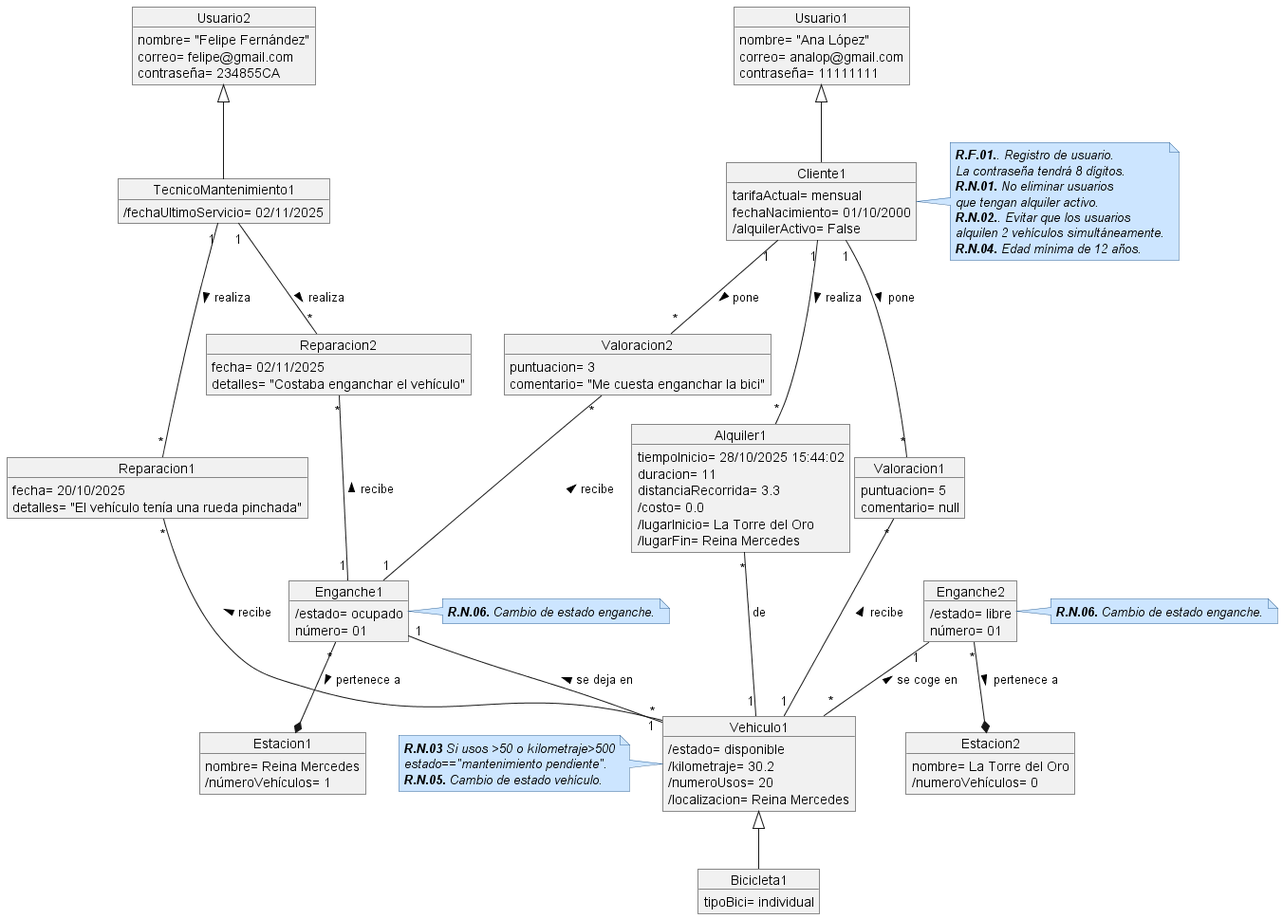
This is modelos_conceptuales/DiagramaClases.png from VVF2245/EasyVPM-Database, a PlantUML export, as it was before one commit.
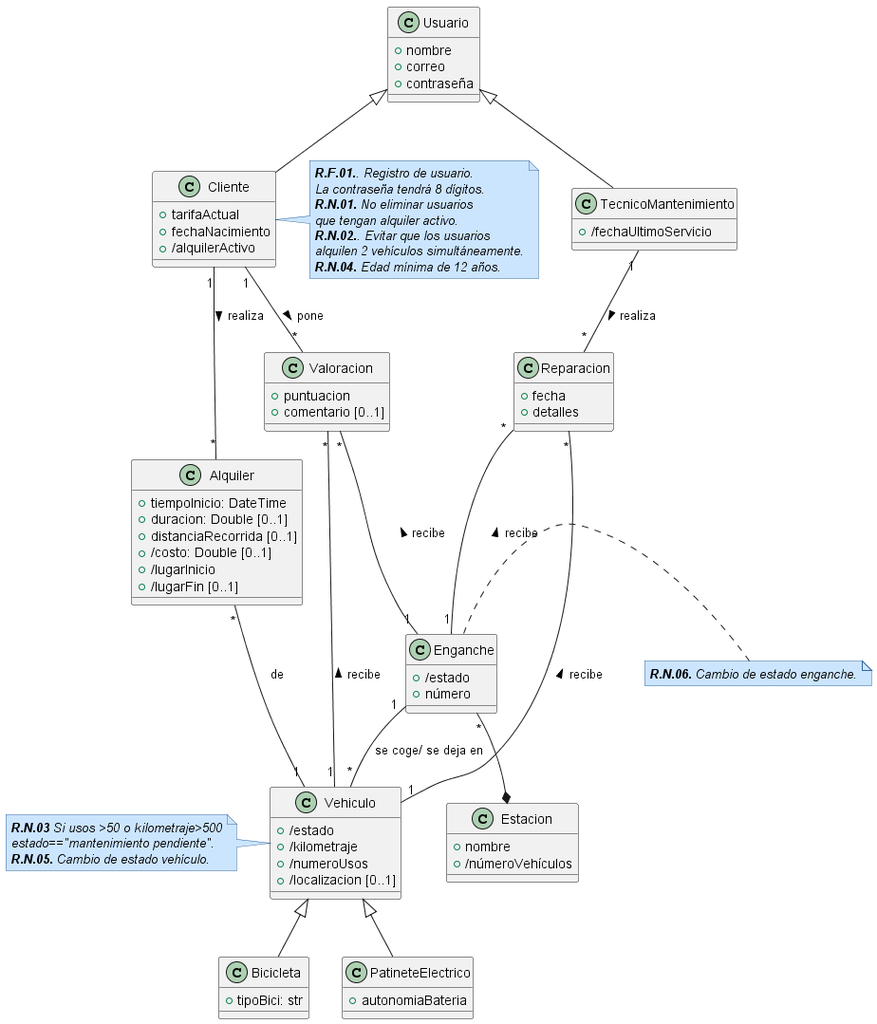
Above is the later version.

Diff of the diagram source:
```diff
@@ -6,22 +6,16 @@
   FontStyle italic
 }
 
-object Usuario1 {
-    nombre= "Ana López"
-    correo= analop@gmail.com
-    contraseña= 11111111
+class Usuario {
+    +nombre
+    +correo
+    +contraseña
 }
 
-object Usuario2 {
-    nombre= "Felipe Fernández"
-    correo= felipe@gmail.com
-    contraseña= 234855CA
-}
-
-object Cliente1 {
-    tarifaActual= mensual
-    fechaNacimiento= 01/10/2000
-    /alquilerActivo= False
+class Cliente {
+    +tarifaActual
+    +fechaNacimiento
+    +/alquilerActivo
 }
 note right
  **R.F.01.**. Registro de usuario.
@@ -34,44 +28,34 @@
 end note
 
 
-object TecnicoMantenimiento1 {
-    /fechaUltimoServicio= 02/11/2025
+class TecnicoMantenimiento {
+    +/fechaUltimoServicio
 }
 
-object Reparacion1 {
-    fecha= 20/10/2025
-    detalles= "El vehículo tenía una rueda pinchada"
+class Reparacion {
+    +fecha
+    +detalles
 }
 
-object Reparacion2 {
-    fecha= 02/11/2025
-    detalles= "Costaba enganchar el vehículo"
+class Valoracion {
+    +puntuacion
+    +comentario [0..1]
 }
 
-object Valoracion1 {
-    puntuacion= 5
-    comentario= null
+class Alquiler {
+    +tiempoInicio: DateTime
+    +duracion: Double [0..1]
+    +distanciaRecorrida [0..1]
+    +/costo: Double [0..1]
+    +/lugarInicio
+    +/lugarFin [0..1]
 }
 
-object Valoracion2 {
-    puntuacion= 3
-    comentario= "Me cuesta enganchar la bici"
-}
-
-object Alquiler1 {
-    tiempoInicio= 28/10/2025 15:44:02
-    duracion= 11
-    distanciaRecorrida= 3.3
-    /costo= 0.0
-    /lugarInicio= La Torre del Oro
-    /lugarFin= Reina Mercedes
-}
-
-object Vehiculo1 {
-    /estado= disponible
-    /kilometraje= 30.2
-    /numeroUsos= 20
-    /localizacion= Reina Mercedes
+class Vehiculo {
+    +/estado
+    +/kilometraje
+    +/numeroUsos
+    +/localizacion [0..1]
 }
 note left
  **R.N.03** Si usos >50 o kilometraje>500
@@ -79,63 +63,49 @@
  **R.N.05.** Cambio de estado vehículo.
 end note
 
-object Estacion1 {
-    nombre= Reina Mercedes
-    /númeroVehículos= 1
+class Estacion {
+    +nombre
+    +/númeroVehículos
 }
 
-object Estacion2 {
-    nombre= La Torre del Oro
-    /numeroVehículos= 0
-}
-
-object Enganche1 {
-    /estado= ocupado
-    número= 01
+class Enganche {
+    +/estado
+    +número
 }
 note right
  **R.N.06.** Cambio de estado enganche.
 end note
 
-object Enganche2 {
-    /estado= libre
-    número= 01
-}
-note right
- **R.N.06.** Cambio de estado enganche.
-end note
-
-object Bicicleta1 {
-    tipoBici= individual
+class Bicicleta {
+    +tipoBici: str
 }
 
+class PatineteElectrico {
+    +autonomiaBateria
+}
 
-Usuario1 <|-- Cliente1
-Usuario2 <|-- TecnicoMantenimiento1
+Usuario <|-- Cliente
+Usuario <|-- TecnicoMantenimiento
 
-Enganche1 "*"--* Estacion1 : pertenece a >
-Enganche2 "*"--* Estacion2 : pertenece a >
+Enganche "*"--* Estacion
 
-Cliente1 "1"--"*" Valoracion1 : pone >
-Cliente1 "1"--"*" Valoracion2 : pone >
+Cliente "1"--"*" Valoracion : pone >
+Valoracion "*"--"1" Vehiculo : recibe <
+Valoracion "*"--"1" Enganche : recibe <
 
-Valoracion1 "*"--"1" Vehiculo1 : recibe <
-Valoracion2 "*"--"1" Enganche1 : recibe <
+TecnicoMantenimiento "1"--"*" Reparacion : realiza >
+Reparacion "*"--"1" Vehiculo : recibe <
+Reparacion "*"--"1" Enganche : recibe <
 
-TecnicoMantenimiento1 "1"--"*" Reparacion1 : realiza >
-TecnicoMantenimiento1 "1"--"*" Reparacion2 : realiza >
-Reparacion1 "*"--"1" Vehiculo1 : recibe <
-Reparacion2 "*"--"1" Enganche1 : recibe <
-
-Enganche1 "1" --"*" Vehiculo1 : se deja en <
-Enganche2 "1"--"*" Vehiculo1 : se coge en <
+Enganche "1" --"*" Vehiculo : se coge/ se deja en
 
 
-Cliente1 "1"--"*"  Alquiler1: realiza >
+Cliente "1"--"*"  Alquiler: realiza >
 
-Alquiler1 "*"--"1" Vehiculo1: de
+Alquiler "*"--"1" Vehiculo: de
 
-Vehiculo1 <|-- Bicicleta1
+Vehiculo <|-- Bicicleta
+Vehiculo <|-- PatineteElectrico
 
 
 @enduml
```
